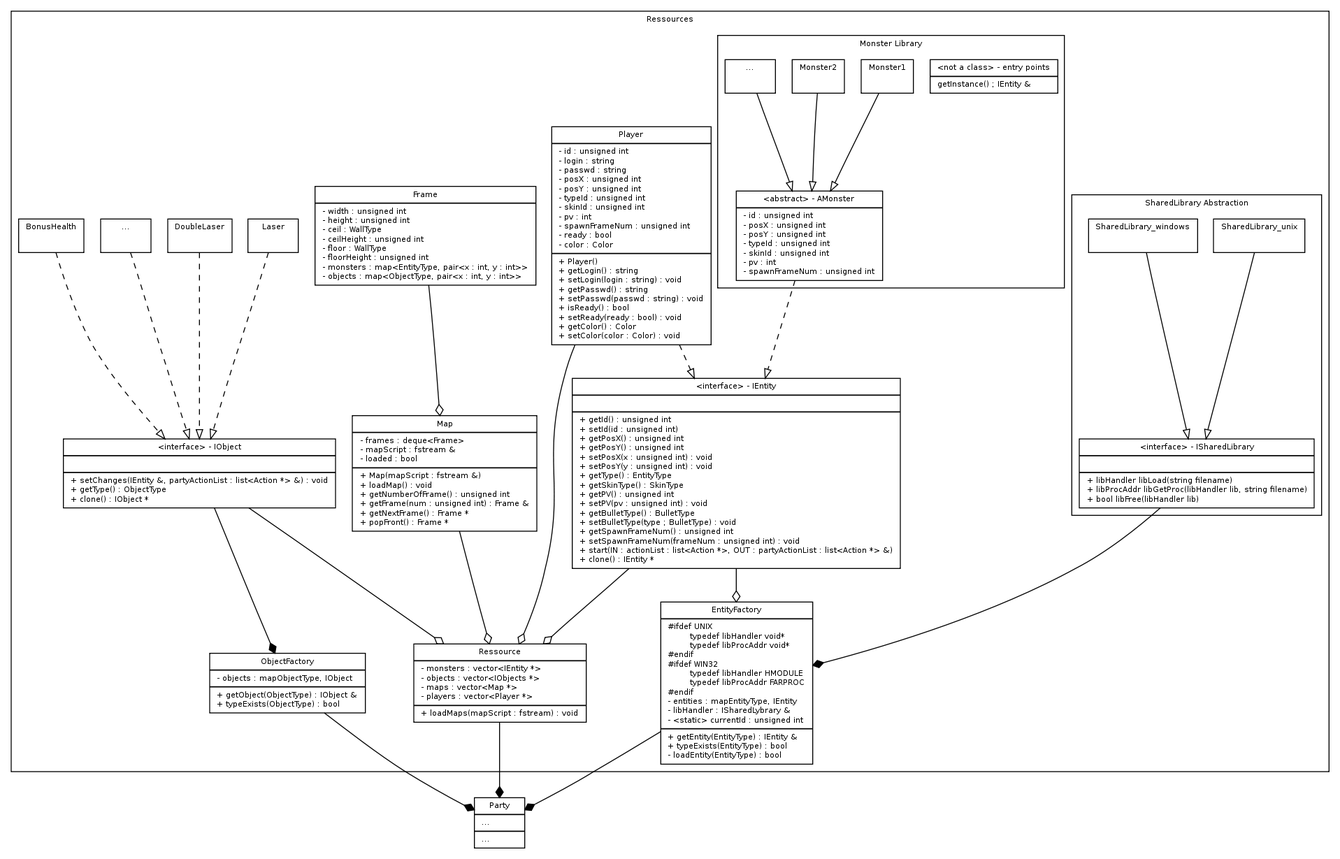
Surogate/airtipe keeps this Graphviz diagram as doc/dot/uml.png. Above is the earlier version. Its source is kept beside it as doc/dot/uml.dot. Its diagram source:
```dot
digraph G {
fontname = "Bitstream Vera Sans"
fontsize = 8

node [
fontname = "Bitstream Vera Sans"
fontsize = 8
shape = "record"
]

edge [
fontname = "Bitstream Vera Sans"
fontsize = 8
]

subgraph clusterRessources {
label = "Ressources"

IEntity [
label = "{\
\<interface\> - IEntity||\
+ getId() : unsigned int\l\
+ setId(id : unsigned int)\l\
+ getPosX() : unsigned int\l\
+ getPosY() : unsigned int\l\
+ setPosX(x : unsigned int) : void\l\
+ setPosY(y : unsigned int) : void\l\
+ getType() : EntityType\l\
+ getSkinType() : SkinType\l\
+ getPV() : unsigned int\l\
+ setPV(pv : unsigned int) : void\l\
+ getBulletType() : BulletType\l\
+ setBulletType(type ; BulletType) : void\l\
+ getSpawnFrameNum() : unsigned int\l\
+ setSpawnFrameNum(frameNum : unsigned int) : void\l\
+ start(IN : actionList : list\<Action *\>, OUT : partyActionList : list\<Action *\> &)\l\
+ clone() : IEntity *\l\
}"
]

Player [
label = "{\
Player|\
- id : unsigned int\l\
- login : string\l\
- passwd : string\l\
- posX : unsigned int\l\
- posY : unsigned int\l\
- typeId : unsigned int\l\
- skinId : unsigned int\l\
- pv : int\l\
- spawnFrameNum : unsigned int\l\
- ready : bool\l\
- color : Color\l|\
+ Player()\l\
+ getLogin() : string\l\
+ setLogin(login : string) : void\l\
+ getPasswd() : string\l\
+ setPasswd(passwd : string) : void\l\
+ isReady() : bool\l\
+ setReady(ready : bool) : void\l\
+ getColor() : Color\l\
+ setColor(color : Color) : void\l\
}"
]

EntityFactory [
label = "{\
EntityFactory|\
	typedef libHandler void*\l\
	typedef libProcAddr void*\l\
	typedef libHandler HMODULE\l\
	typedef libProcAddr FARPROC\l\
- entities : map<EntityType, IEntity>\l\
- libHandler : ISharedLybrary &\l\
- \<static\> currentId : unsigned int\l|\
+ getEntity(EntityType) : IEntity &\l\
+ typeExists(EntityType) : bool\l\
- loadEntity(EntityType) : bool\l\
}"
]

ObjectFactory [
label = "{\
ObjectFactory|\
- objects : map<ObjectType, IObject>\l|\
+ getObject(ObjectType) : IObject &\l\
+ typeExists(ObjectType) : bool\l\
}"
]

IObject [
label = "{\
\<interface\> - IObject||\
+ setChanges(IEntity &, partyActionList : list\<Action *\> &) : void\l\
+ getType() : ObjectType\l\
+ clone() : IObject *\l\
}"
]

BonusHealth [
label = "{BonusHealth}"
]

Laser [
label = "{Laser}"
]

DoubleLaser [
label = "{DoubleLaser}"
]

Object0 [
label = "{...}"
]



Ressource [
label = "{\
Ressource|\
- monsters : vector\<IEntity *\>\l\
- objects : vector\<IObjects *\>\l\
- maps : vector\<Map *\>\l\
- players : vector\<Player *\>\l|\
+ loadMaps(mapScript : fstream) : void\l\
}"
]

Map [
label = "{\
Map|\
- frames : deque\<Frame\>\l\
- mapScript : fstream &\l\
- loaded : bool\l|\
+ Map(mapScript : fstream &)\l\
+ loadMap() : void\l\
+ getNumberOfFrame() : unsigned int\l\
+ getFrame(num : unsigned int) : Frame &\l\
+ getNextFrame() : Frame *\l\
+ popFront() : Frame *\l\
}"
]

Frame [
label = "{\
Frame|\
- width : unsigned int\l\
- height : unsigned int\l\
- ceil : WallType\l\
- ceilHeight : unsigned int\l\
- floor : WallType\l\
- floorHeight : unsigned int\l\
- monsters : map\<EntityType, pair\<x : int, y : int\>\>\l\
- objects : map\<ObjectType, pair\<x : int, y : int\>\>\l\
}"
]

subgraph clusterAbsSharedLibrary {
label = "SharedLibrary Abstraction"

ISharedLibrary [
label = "{\
\<interface\> - ISharedLibrary||\
+ libHandler libLoad(string filename)\l\
+ libProcAddr libGetProc(libHandler lib, string filename)\l\
+ bool libFree(libHandler lib)\l\
}"
]

SharedLibrary_unix [
label = "SharedLibrary_unix"
]

SharedLibrary_windows [
label = "SharedLibrary_windows"
]

}

subgraph clusterMonstersLibrary {
label = "Monster Library"

AMonster [
label = "{\
\<abstract\> - AMonster|\
- id : unsigned int\l\
- posX : unsigned int\l\
- posY : unsigned int\l\
- typeId : unsigned int\l\
- skinId : unsigned int\l\
- pv : int\l\
- spawnFrameNum : unsigned int\l\
}"
]

EntryDynamicLibrary [
label = "{\
\<not a class\> - entry points|\
getInstance() ; IEntity &\l\
}"
]

Monster1 [
label = "{Monster1}"
]

Monster2 [
label = "{Monster2}"
]

Monster3 [
label = "{...}"
]

}

}

Party [
label = "{\
Party|...\l|...\l\
}"
]

edge [
arrowhead = "odiamond"
style = "solid"
]

IEntity -> EntityFactory
IEntity -> Ressource
Map -> Ressource
IObject -> Ressource
Frame -> Map
Player -> Ressource

edge [
arrowhead = "diamond"
style = "solid"
]

ISharedLibrary -> EntityFactory
Ressource -> Party
EntityFactory -> Party
ObjectFactory -> Party
IObject -> ObjectFactory

edge [
arrowhead = "onormal"
style = "solid"
]

SharedLibrary_unix -> ISharedLibrary
SharedLibrary_windows -> ISharedLibrary
Monster1 -> AMonster
Monster2 -> AMonster
Monster3 -> AMonster

edge [
arrowhead = "onormal"
style = "dashed"
]

Player -> IEntity
AMonster -> IEntity
BonusHealth -> IObject
Laser -> IObject
DoubleLaser -> IObject
Object0 -> IObject


}
```
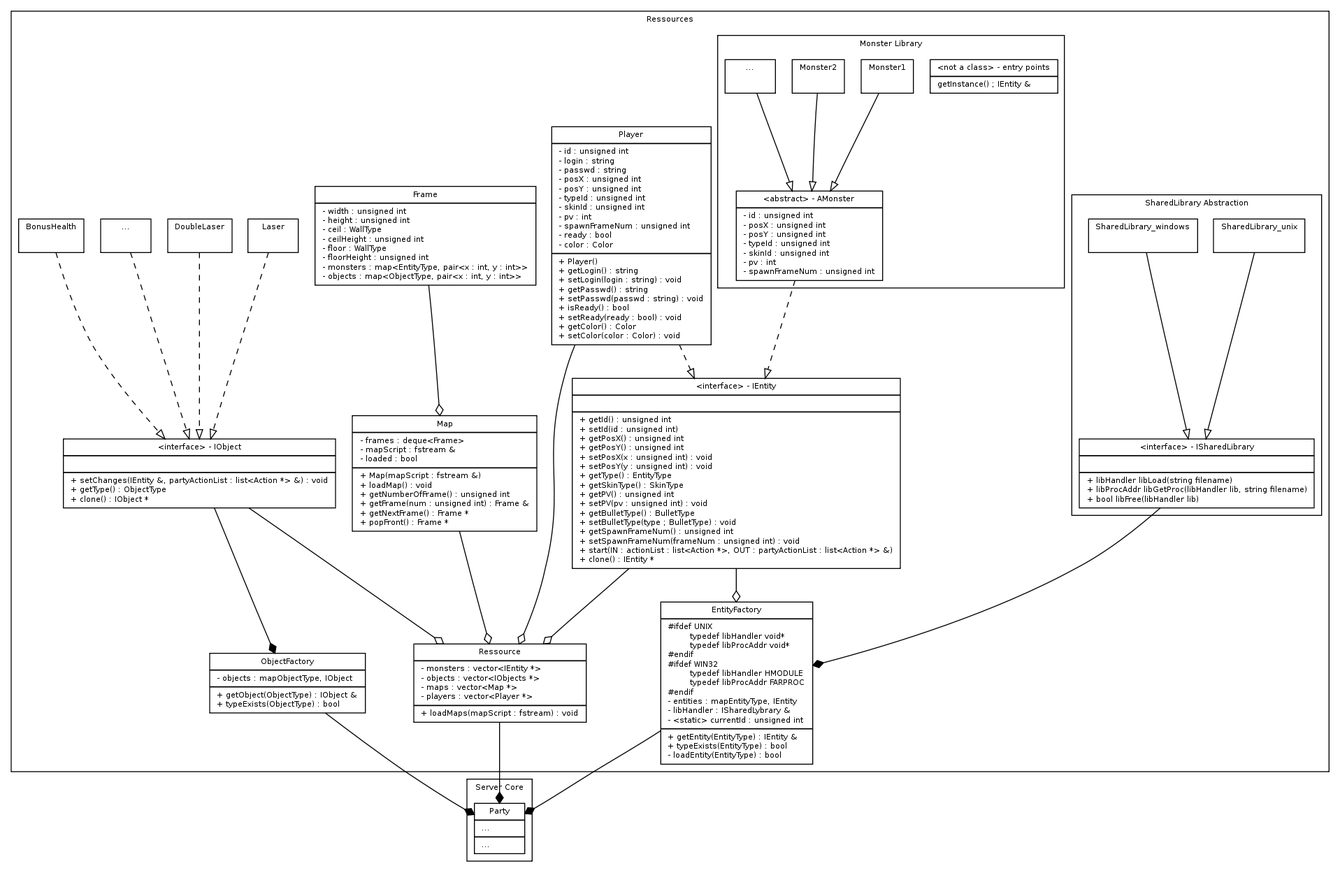
After the commit.

Commit message:
Uml dot

Change to the diagram source:
```diff
@@ -217,11 +217,16 @@
 
 }
 
+subgraph clusterServerCore {
+label = "Server Core"
+
 Party [
 label = "{\
 Party|...\l|...\l\
 }"
 ]
+
+}
 
 edge [
 arrowhead = "odiamond"
```
